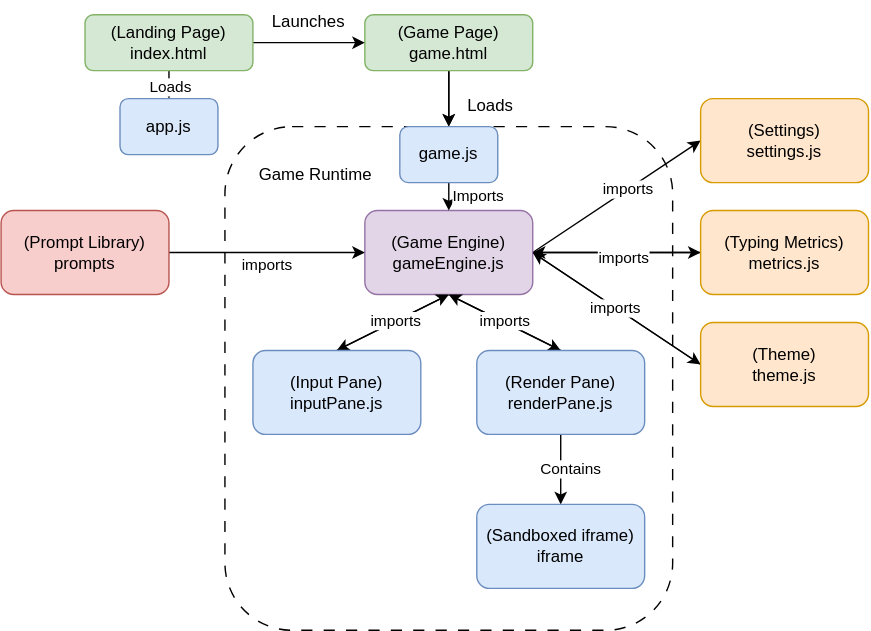
The draw.io diagram docs/architecture_diagram.svg in cse110-sp26-group23/cse110-sp26-group23, before a commit. Source tidied: cells renumbered, new cells last; positions are measured from the earlier drawing's top-left corner, leaving out a move shared by most shapes.
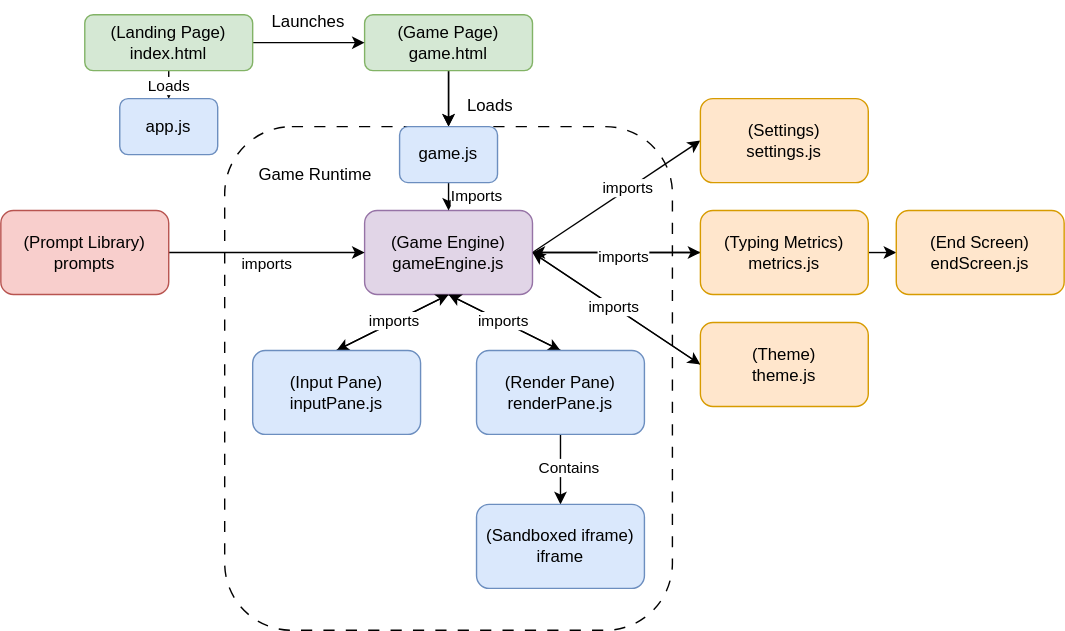
Later version of the same file.

Commit message:
Update architecture to include endScreen.js

What changed in the source:
```diff
@@ -86,6 +86,9 @@
     <mxCell id="29" value="imports" style="edgeLabel;html=1;align=center;verticalAlign=middle;" parent="28" vertex="1">
       <mxGeometry x="-0.08" y="3" relative="1" as="geometry" />
     </mxCell>
+    <mxCell id="43" style="edgeStyle=none;html=1;" parent="1" edge="1" source="30" target="44">
+      <mxGeometry relative="1" as="geometry" />
+    </mxCell>
     <mxCell id="30" value="&lt;div&gt;(Typing Metrics)&lt;/div&gt;metrics.js" style="rounded=1;whiteSpace=wrap;html=1;fillColor=#ffe6cc;strokeColor=#d79b00;" parent="1" vertex="1">
       <mxGeometry x="500" y="150" width="120" height="60" as="geometry" />
     </mxCell>
@@ -127,5 +130,8 @@
     <mxCell id="42" value="&lt;div&gt;game.js&lt;/div&gt;" style="rounded=1;whiteSpace=wrap;html=1;fillColor=#dae8fc;strokeColor=#6c8ebf;" parent="1" vertex="1">
       <mxGeometry x="285" y="90" width="70" height="40" as="geometry" />
     </mxCell>
+    <mxCell id="44" value="&lt;div&gt;(End Screen)&lt;/div&gt;endScreen.js" style="rounded=1;whiteSpace=wrap;html=1;fillColor=#ffe6cc;strokeColor=#d79b00;" parent="1" vertex="1">
+      <mxGeometry x="640" y="150" width="120" height="60" as="geometry" />
+    </mxCell>
   </root>
 </mxGraphModel>
```
